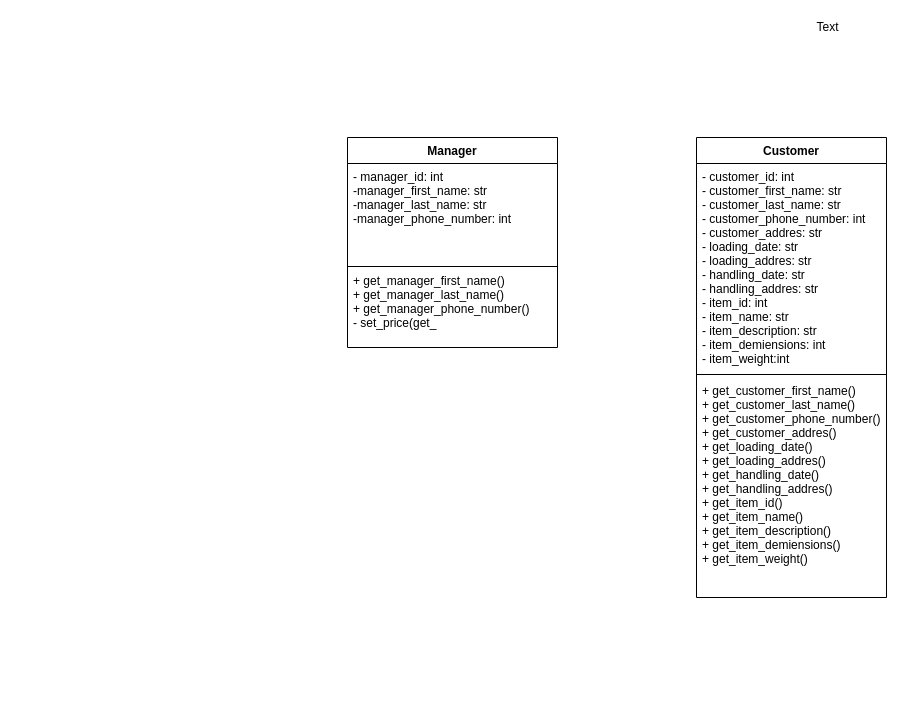
Above: page "Page-1" (1 of 2) of Untitled Diagram.drawio in Argam431/PYTHON3-2 (draw.io), before the change. Source tidied: cells renumbered, new cells numbered last; positions are measured from the earlier drawing's top-left corner, leaving out a move shared by most shapes. Both pictures are drawn from the tidied source at 100%, with x=0, y=0 at pixel (347, 17).
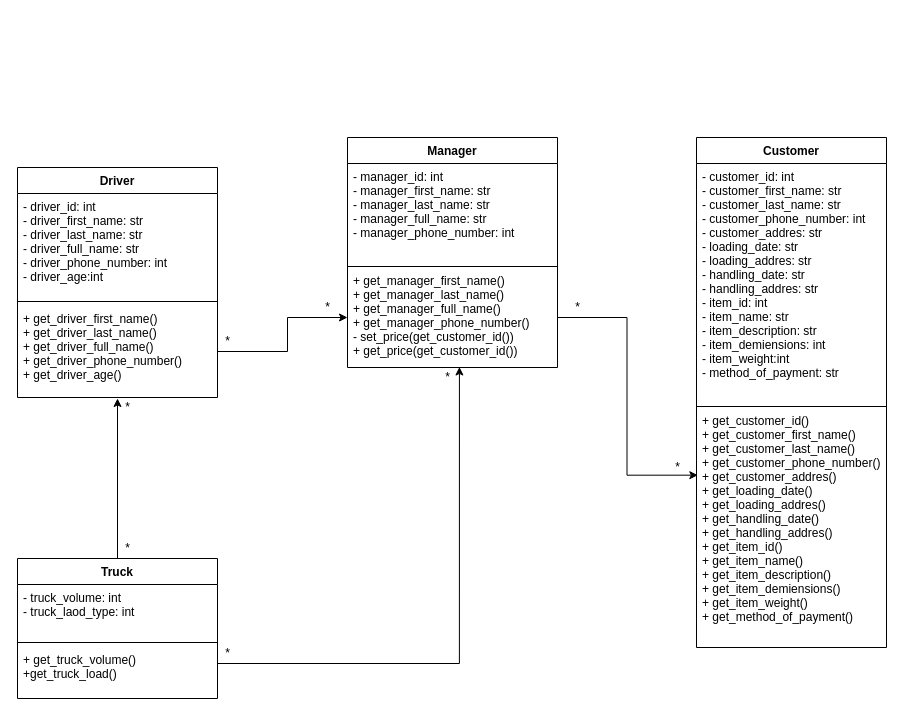
The same page after the edit.

Diff of the diagram source:
```diff
@@
     <mxCell id="2" value="Manager" style="swimlane;fontStyle=1;align=center;verticalAlign=top;horizontal=1;startSize=26;" parent="1" vertex="1">
-      <mxGeometry y="120" width="210" height="210" as="geometry" />
+      <mxGeometry y="120" width="210" height="230" as="geometry" />
     </mxCell>
-    <mxCell id="3" value="- manager_id: int&#10;-manager_first_name: str &#10;-manager_last_name: str&#10;-manager_phone_number: int" style="text;strokeColor=none;fillColor=none;align=left;verticalAlign=top;spacingLeft=4;spacingRight=4;overflow=hidden;" parent="2" vertex="1">
+    <mxCell id="3" value="- manager_id: int&#10;- manager_first_name: str &#10;- manager_last_name: str&#10;- manager_full_name: str&#10;- manager_phone_number: int" style="text;strokeColor=none;fillColor=none;align=left;verticalAlign=top;spacingLeft=4;spacingRight=4;overflow=hidden;" parent="2" vertex="1">
       <mxGeometry y="26" width="210" height="104" as="geometry" />
     </mxCell>
-    <mxCell id="4" value="+ get_manager_first_name()&#10;+ get_manager_last_name()&#10;+ get_manager_phone_number()&#10;- set_price(get_" style="text;strokeColor=none;fillColor=none;align=left;verticalAlign=top;spacingLeft=4;spacingRight=4;overflow=hidden;points=[[0,0.5],[1,0.5]];portConstraint=eastwest;" parent="2" vertex="1">
-      <mxGeometry y="130" width="210" height="80" as="geometry" />
+    <mxCell id="4" value="+ get_manager_first_name()&#10;+ get_manager_last_name()&#10;+ get_manager_full_name()&#10;+ get_manager_phone_number()&#10;- set_price(get_customer_id())&#10;+ get_price(get_customer_id())" style="text;strokeColor=none;fillColor=none;align=left;verticalAlign=top;spacingLeft=4;spacingRight=4;overflow=hidden;points=[[0,0.5],[1,0.5]];portConstraint=eastwest;" parent="2" vertex="1">
+      <mxGeometry y="130" width="210" height="100" as="geometry" />
     </mxCell>
-    <mxCell id="5" value="Text" style="text;html=1;align=center;verticalAlign=middle;strokeColor=none;" parent="1" vertex="1">
-      <mxGeometry x="460" width="40" height="20" as="geometry" />
+    <mxCell id="5" value="*" style="text;html=1;align=center;verticalAlign=middle;strokeColor=none;" parent="1" vertex="1">
+      <mxGeometry x="-130" y="314" width="20" height="20" as="geometry" />
     </mxCell>
     <mxCell id="6" value="Customer" style="swimlane;fontStyle=1;align=center;verticalAlign=top;horizontal=1;startSize=26;" parent="1" vertex="1">
-      <mxGeometry x="349" y="120" width="190" height="460" as="geometry" />
+      <mxGeometry x="349" y="120" width="190" height="510" as="geometry" />
     </mxCell>
-    <mxCell id="7" value="- customer_id: int&#10;- customer_first_name: str &#10;- customer_last_name: str&#10;- customer_phone_number: int&#10;- customer_addres: str&#10;- loading_date: str&#10;- loading_addres: str&#10;- handling_date: str&#10;- handling_addres: str&#10;- item_id: int&#10;- item_name: str &#10;- item_description: str&#10;- item_demiensions: int&#10;- item_weight:int&#10;" style="text;strokeColor=none;fillColor=none;align=left;verticalAlign=top;spacingLeft=4;spacingRight=4;overflow=hidden;" parent="6" vertex="1">
-      <mxGeometry y="26" width="190" height="214" as="geometry" />
+    <mxCell id="7" value="- customer_id: int&#10;- customer_first_name: str &#10;- customer_last_name: str&#10;- customer_phone_number: int&#10;- customer_addres: str&#10;- loading_date: str&#10;- loading_addres: str&#10;- handling_date: str&#10;- handling_addres: str&#10;- item_id: int&#10;- item_name: str &#10;- item_description: str&#10;- item_demiensions: int&#10;- item_weight:int&#10;- method_of_payment: str&#10;" style="text;strokeColor=none;fillColor=none;align=left;verticalAlign=top;spacingLeft=4;spacingRight=4;overflow=hidden;" parent="6" vertex="1">
+      <mxGeometry y="26" width="190" height="244" as="geometry" />
     </mxCell>
-    <mxCell id="8" value="+ get_customer_first_name()&#10;+ get_customer_last_name()&#10;+ get_customer_phone_number()&#10;+ get_customer_addres()&#10;+ get_loading_date()&#10;+ get_loading_addres()&#10;+ get_handling_date()&#10;+ get_handling_addres()&#10;+ get_item_id()&#10;+ get_item_name() &#10;+ get_item_description()&#10;+ get_item_demiensions()&#10;+ get_item_weight()" style="text;strokeColor=none;fillColor=none;align=left;verticalAlign=top;spacingLeft=4;spacingRight=4;overflow=hidden;points=[[0,0.5],[1,0.5]];portConstraint=eastwest;" parent="6" vertex="1">
-      <mxGeometry y="240" width="190" height="220" as="geometry" />
+    <mxCell id="8" value="+ get_customer_id()&#10;+ get_customer_first_name()&#10;+ get_customer_last_name()&#10;+ get_customer_phone_number()&#10;+ get_customer_addres()&#10;+ get_loading_date()&#10;+ get_loading_addres()&#10;+ get_handling_date()&#10;+ get_handling_addres()&#10;+ get_item_id()&#10;+ get_item_name() &#10;+ get_item_description()&#10;+ get_item_demiensions()&#10;+ get_item_weight()&#10;+ get_method_of_payment()&#10;" style="text;strokeColor=none;fillColor=none;align=left;verticalAlign=top;spacingLeft=4;spacingRight=4;overflow=hidden;points=[[0,0.5],[1,0.5]];portConstraint=eastwest;" parent="6" vertex="1">
+      <mxGeometry y="270" width="190" height="240" as="geometry" />
     </mxCell>
     <mxCell id="9" style="line;strokeWidth=1;fillColor=none;align=left;verticalAlign=middle;spacingTop=-1;spacingLeft=3;spacingRight=3;labelPosition=right;" parent="1" vertex="1">
-      <mxGeometry x="349" y="349" width="190" height="16" as="geometry" />
+      <mxGeometry x="349" y="381" width="190" height="16" as="geometry" />
     </mxCell>
@@
+    <mxCell id="11" style="edgeStyle=orthogonalEdgeStyle;rounded=0;jettySize=auto;html=1;entryX=0.007;entryY=0.282;entryDx=0;entryDy=0;entryPerimeter=0;" parent="1" edge="1" source="4" target="8">
+      <mxGeometry relative="1" as="geometry" />
+    </mxCell>
+    <mxCell id="12" value="*" style="text;html=1;align=center;verticalAlign=middle;strokeColor=none;" parent="1" vertex="1">
+      <mxGeometry x="220" y="280" width="20" height="20" as="geometry" />
+    </mxCell>
+    <mxCell id="13" value="*" style="text;html=1;align=center;verticalAlign=middle;strokeColor=none;" parent="1" vertex="1">
+      <mxGeometry x="320" y="440" width="20" height="20" as="geometry" />
+    </mxCell>
+    <mxCell id="14" value="Driver" style="swimlane;fontStyle=1;align=center;verticalAlign=top;horizontal=1;startSize=26;" parent="1" vertex="1">
+      <mxGeometry x="-330" y="150" width="200" height="230" as="geometry" />
+    </mxCell>
+    <mxCell id="15" value="- driver_id: int&#10;- driver_first_name: str &#10;- driver_last_name: str&#10;- driver_full_name: str&#10;- driver_phone_number: int&#10;- driver_age:int&#10;" style="text;strokeColor=none;fillColor=none;align=left;verticalAlign=top;spacingLeft=4;spacingRight=4;overflow=hidden;" parent="14" vertex="1">
+      <mxGeometry y="26" width="200" height="104" as="geometry" />
+    </mxCell>
+    <mxCell id="16" style="line;strokeWidth=1;fillColor=none;align=left;verticalAlign=middle;spacingTop=-1;spacingLeft=3;spacingRight=3;labelPosition=right;" parent="14" vertex="1">
+      <mxGeometry y="130" width="200" height="8" as="geometry" />
+    </mxCell>
+    <mxCell id="17" value="+ get_driver_first_name()&#10;+ get_driver_last_name()&#10;+ get_driver_full_name()&#10;+ get_driver_phone_number()&#10;+ get_driver_age()&#10;" style="text;strokeColor=none;fillColor=none;align=left;verticalAlign=top;spacingLeft=4;spacingRight=4;overflow=hidden;points=[[0,0.5],[1,0.5]];portConstraint=eastwest;" parent="14" vertex="1">
+      <mxGeometry y="138" width="200" height="92" as="geometry" />
+    </mxCell>
+    <mxCell id="18" value="*" style="text;html=1;align=center;verticalAlign=middle;strokeColor=none;" parent="1" vertex="1">
+      <mxGeometry x="-30" y="280" width="20" height="20" as="geometry" />
+    </mxCell>
+    <mxCell id="19" style="edgeStyle=orthogonalEdgeStyle;rounded=0;jettySize=auto;html=1;exitX=1;exitY=0.75;exitDx=0;exitDy=0;entryX=0.533;entryY=0.995;entryDx=0;entryDy=0;entryPerimeter=0;" parent="1" edge="1" source="21" target="4">
+      <mxGeometry relative="1" as="geometry" />
+    </mxCell>
+    <mxCell id="20" style="edgeStyle=orthogonalEdgeStyle;rounded=0;jettySize=auto;html=1;exitX=0.5;exitY=0;exitDx=0;exitDy=0;" parent="1" edge="1" source="21">
+      <mxGeometry relative="1" as="geometry">
+        <mxPoint x="-230" y="381" as="targetPoint" />
+        <Array as="points">
+          <mxPoint x="-230" y="381" />
+        </Array>
+      </mxGeometry>
+    </mxCell>
+    <mxCell id="21" value="Truck" style="swimlane;fontStyle=1;align=center;verticalAlign=top;horizontal=1;startSize=26;" parent="1" vertex="1">
+      <mxGeometry x="-330" y="541" width="200" height="140" as="geometry" />
+    </mxCell>
+    <mxCell id="22" value="- truck_volume: int&#10;- truck_laod_type: int" style="text;strokeColor=none;fillColor=none;align=left;verticalAlign=top;spacingLeft=4;spacingRight=4;overflow=hidden;" parent="21" vertex="1">
+      <mxGeometry y="26" width="200" height="54" as="geometry" />
+    </mxCell>
+    <mxCell id="23" style="line;strokeWidth=1;fillColor=none;align=left;verticalAlign=middle;spacingTop=-1;spacingLeft=3;spacingRight=3;labelPosition=right;" parent="21" vertex="1">
+      <mxGeometry y="80" width="200" height="8" as="geometry" />
+    </mxCell>
+    <mxCell id="24" value="+ get_truck_volume()&#10;+get_truck_load()" style="text;strokeColor=none;fillColor=none;align=left;verticalAlign=top;spacingLeft=4;spacingRight=4;overflow=hidden;" parent="21" vertex="1">
+      <mxGeometry y="88" width="200" height="52" as="geometry" />
+    </mxCell>
+    <mxCell id="25" style="edgeStyle=elbowEdgeStyle;rounded=0;jettySize=auto;html=1;exitX=1;exitY=0.5;exitDx=0;exitDy=0;entryX=0;entryY=0.5;entryDx=0;entryDy=0;" parent="1" edge="1" source="17" target="4">
+      <mxGeometry relative="1" as="geometry">
+        <Array as="points">
+          <mxPoint x="-60" y="360" />
+        </Array>
+      </mxGeometry>
+    </mxCell>
+    <mxCell id="26" value="*" style="text;html=1;align=center;verticalAlign=middle;strokeColor=none;" parent="1" vertex="1">
+      <mxGeometry x="-130" y="626" width="20" height="20" as="geometry" />
+    </mxCell>
+    <mxCell id="27" value="*" style="text;html=1;align=center;verticalAlign=middle;strokeColor=none;" parent="1" vertex="1">
+      <mxGeometry x="90" y="350" width="20" height="20" as="geometry" />
+    </mxCell>
+    <mxCell id="28" value="*" style="text;html=1;align=center;verticalAlign=middle;strokeColor=none;" parent="1" vertex="1">
+      <mxGeometry x="-230" y="380" width="20" height="20" as="geometry" />
+    </mxCell>
+    <mxCell id="29" value="*" style="text;html=1;align=center;verticalAlign=middle;strokeColor=none;" parent="1" vertex="1">
+      <mxGeometry x="-230" y="521" width="20" height="20" as="geometry" />
+    </mxCell>
```
